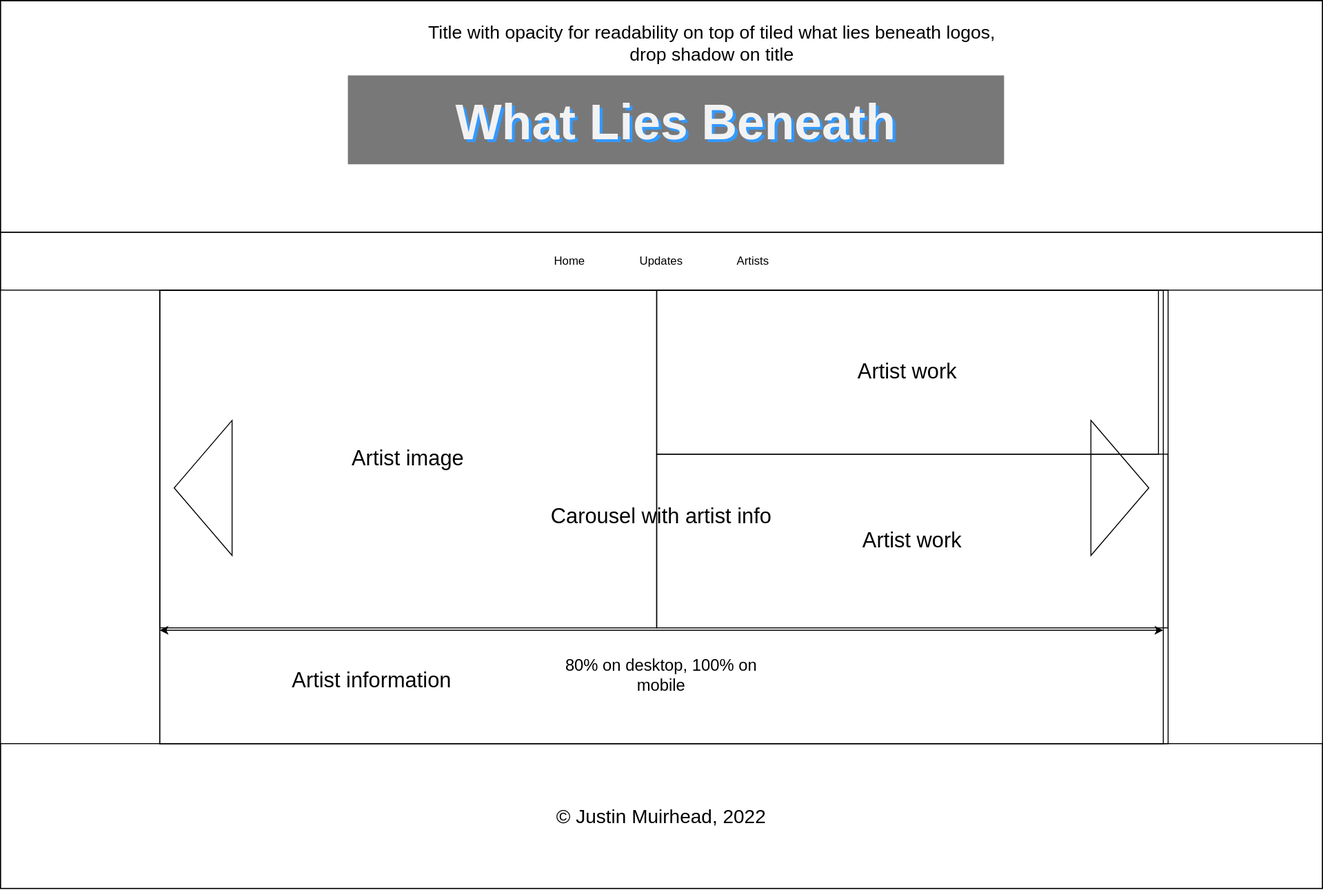
Before: planning/artist.html.drawio.svg, a diagram exported from draw.io (hdert/dtgLvl3Assessment2022). Source tidied: cells renumbered, new cells last; positions are measured from the earlier drawing's top-left corner, leaving out a move shared by most shapes.
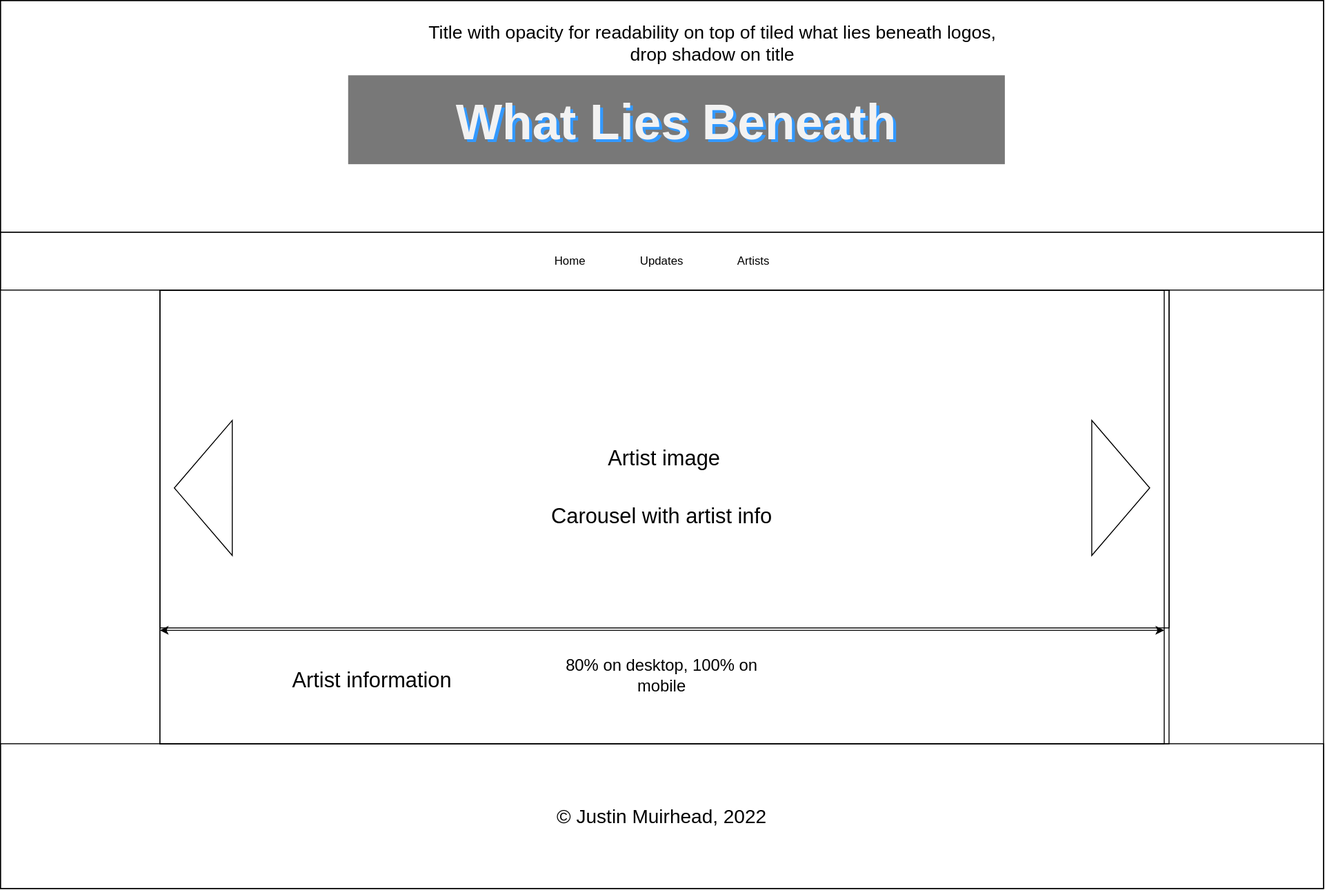
The same file after the commit.

What changed in the source:
```diff
@@ -36,14 +36,8 @@
       <mxGeometry x="1130" y="195" width="60" height="140" as="geometry" />
     </mxCell>
     <mxCell id="13" value="Artist image" style="rounded=0;whiteSpace=wrap;html=1;fontSize=22;fillColor=none;" parent="5" vertex="1">
-      <mxGeometry x="165" y="60" width="515" height="350" as="geometry" />
+      <mxGeometry x="165" y="60" width="1045" height="350" as="geometry" />
     </mxCell>
-    <mxCell id="14" value="Artist work" style="rounded=0;whiteSpace=wrap;html=1;fontSize=22;fillColor=none;" parent="5" vertex="1">
-      <mxGeometry x="680" y="60" width="520" height="170" as="geometry" />
-    </mxCell>
-    <mxCell id="15" value="Artist work" style="rounded=0;whiteSpace=wrap;html=1;fontSize=22;fillColor=none;" parent="5" vertex="1">
-      <mxGeometry x="680" y="230" width="530" height="180" as="geometry" />
-    </mxCell>
     <mxCell id="16" value="Artist information" style="text;html=1;strokeColor=none;fillColor=none;align=center;verticalAlign=middle;whiteSpace=wrap;rounded=0;fontSize=22;" parent="5" vertex="1">
       <mxGeometry x="260" y="450" width="250" height="30" as="geometry" />
     </mxCell>
```
